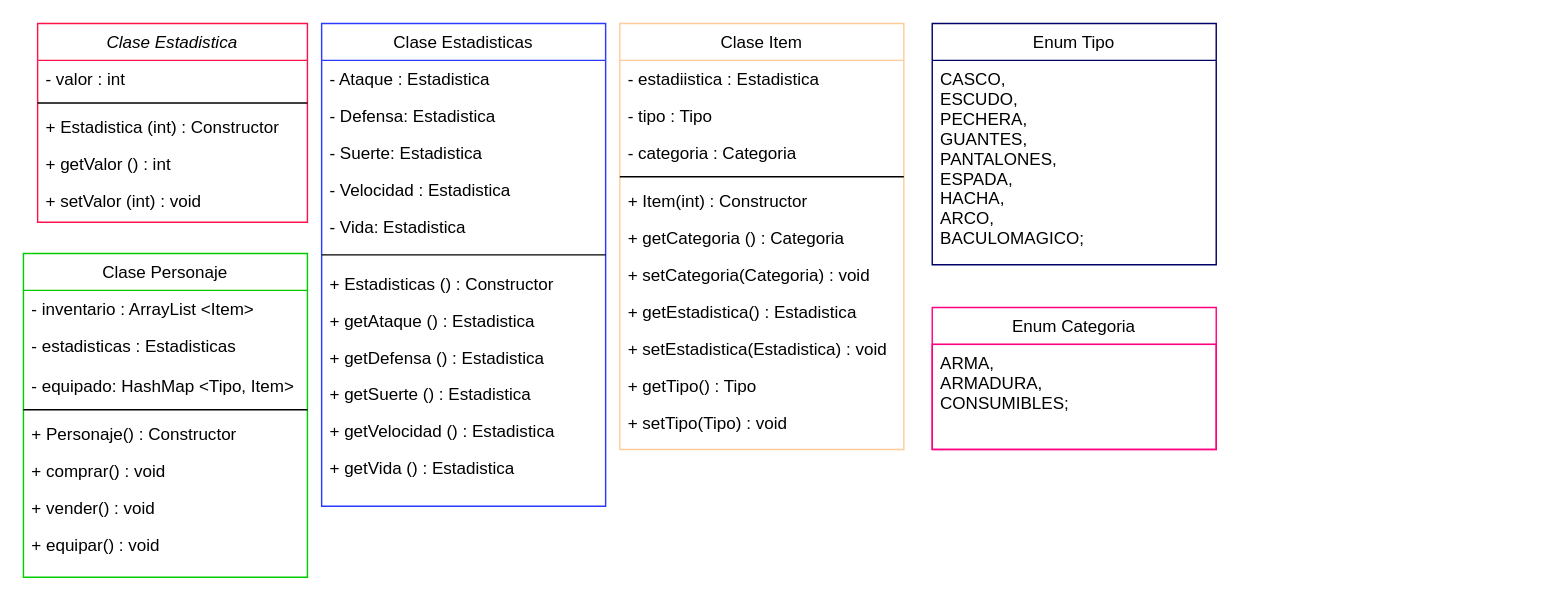
Earlier version of the draw.io diagram Diagrama de Clases.drawio (AndrewGutierrezCastro/TiendaRPG). Source tidied: cells renumbered, new cells numbered last; positions are measured from the earlier drawing's top-left corner, leaving out a move shared by most shapes. Both pictures are drawn from the tidied source at 142%, with x=0, y=0 at pixel (23, 23).
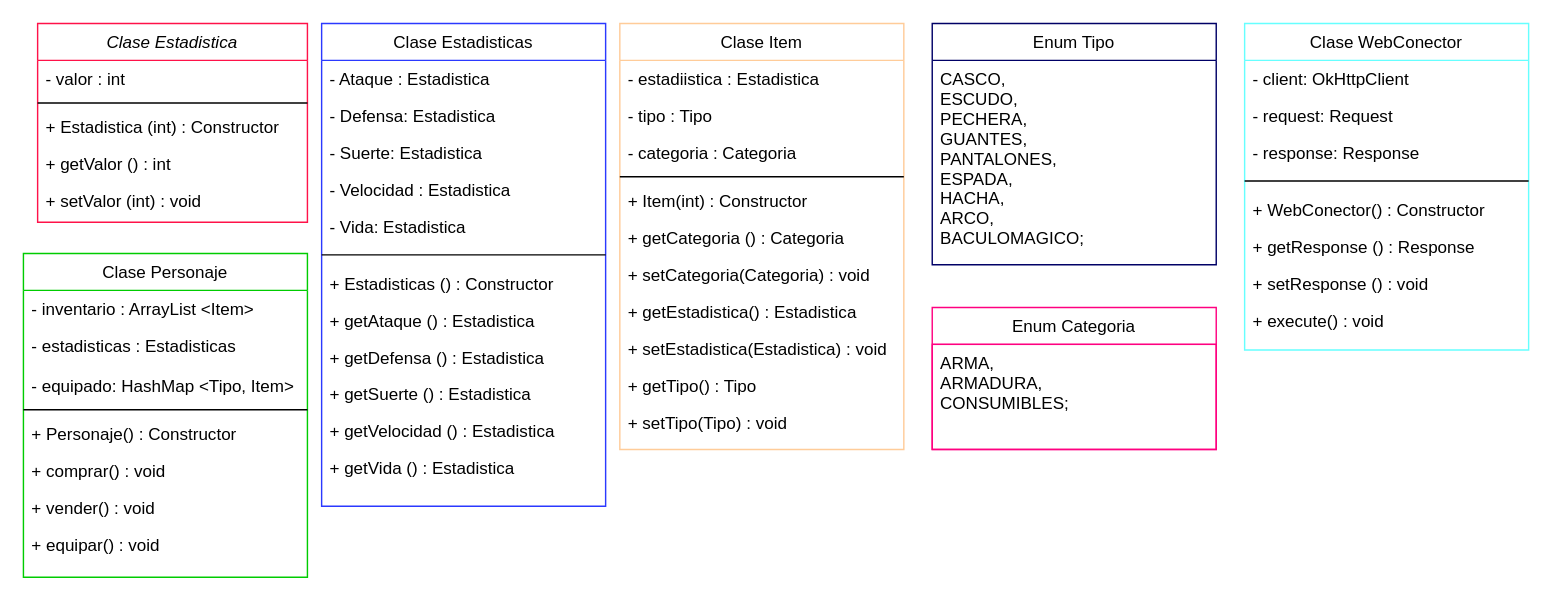
The same diagram, later.

Commit message:
Se agrego clase webConector al diagrama de clases

What changed in the source:
```diff
@@
+    <mxCell id="46" value="Clase WebConector" style="swimlane;fontStyle=0;align=center;verticalAlign=top;horizontal=1;startSize=26;rounded=0;shadow=0;strokeWidth=1;strokeColor=#66FFFF;" parent="1" vertex="1">
+      <mxGeometry x="860" width="200" height="230" as="geometry" />
+    </mxCell>
+    <mxCell id="47" value="- client: OkHttpClient" style="text;align=left;verticalAlign=top;spacingLeft=4;spacingRight=4;overflow=hidden;" parent="46" vertex="1">
+      <mxGeometry y="26" width="200" height="26" as="geometry" />
+    </mxCell>
+    <mxCell id="48" value="- request: Request" style="text;align=left;verticalAlign=top;spacingLeft=4;spacingRight=4;overflow=hidden;" parent="46" vertex="1">
+      <mxGeometry y="52" width="200" height="26" as="geometry" />
+    </mxCell>
+    <mxCell id="49" value="- response: Response" style="text;align=left;verticalAlign=top;spacingLeft=4;spacingRight=4;overflow=hidden;" parent="46" vertex="1">
+      <mxGeometry y="78" width="200" height="26" as="geometry" />
+    </mxCell>
+    <mxCell id="50" style="line;html=1;strokeWidth=1;align=left;verticalAlign=middle;spacingTop=-1;spacingLeft=3;spacingRight=3;labelPosition=right;" parent="46" vertex="1">
+      <mxGeometry y="104" width="200" height="14" as="geometry" />
+    </mxCell>
+    <mxCell id="51" value="+ WebConector() : Constructor" style="text;align=left;verticalAlign=top;spacingLeft=4;spacingRight=4;overflow=hidden;" parent="46" vertex="1">
+      <mxGeometry y="118" width="200" height="26" as="geometry" />
+    </mxCell>
+    <mxCell id="52" value="+ getResponse () : Response" style="text;align=left;verticalAlign=top;spacingLeft=4;spacingRight=4;overflow=hidden;" parent="46" vertex="1">
+      <mxGeometry y="144" width="200" height="26" as="geometry" />
+    </mxCell>
+    <mxCell id="53" value="+ setResponse () : void" style="text;align=left;verticalAlign=top;spacingLeft=4;spacingRight=4;overflow=hidden;" parent="46" vertex="1">
+      <mxGeometry y="170" width="200" height="26" as="geometry" />
+    </mxCell>
+    <mxCell id="54" value="+ execute() : void" style="text;align=left;verticalAlign=top;spacingLeft=4;spacingRight=4;overflow=hidden;" parent="46" vertex="1">
+      <mxGeometry y="196" width="200" height="26" as="geometry" />
+    </mxCell>
```
